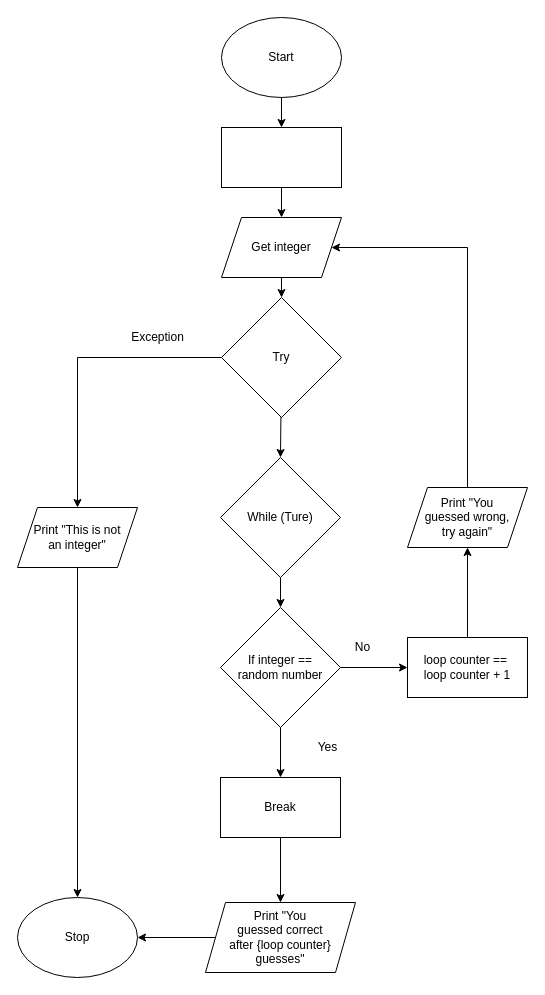
This is flowchart.drawio from Andrew-Ten-Den/ICS3U-Unit4-04-Python, a draw.io file, before an edit. Source tidied: cells renumbered, new cells numbered last; positions are measured from the earlier drawing's top-left corner, leaving out a move shared by most shapes. Both pictures are drawn from the tidied source at 100%, with x=0, y=0 at pixel (17, 17).
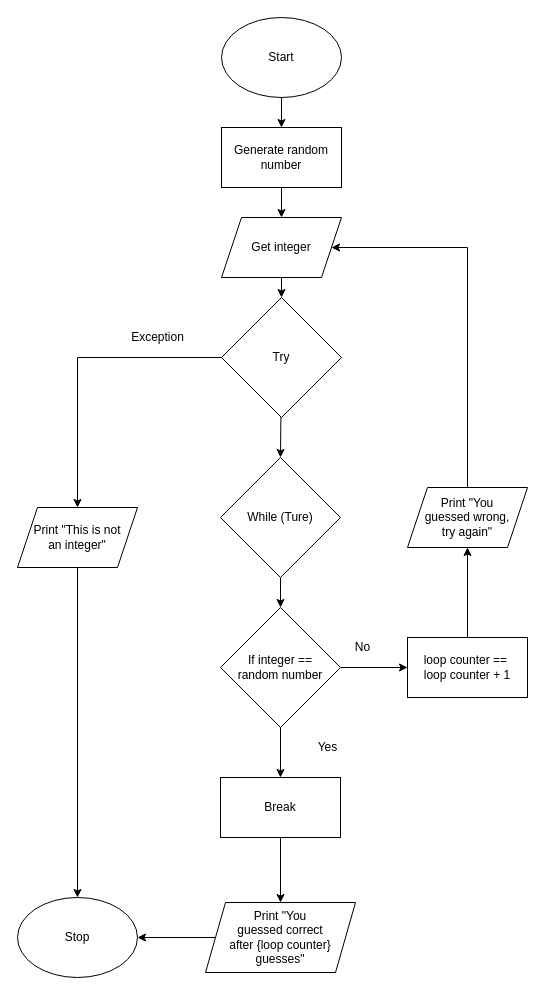
The same page after the edit.

Diff of the diagram source:
```diff
@@
-    <mxCell id="29" style="rounded=0;whiteSpace=wrap;html=1;" parent="1" vertex="1">
+    <mxCell id="29" value="Generate random&lt;br&gt;number" style="rounded=0;whiteSpace=wrap;html=1;" parent="1" vertex="1">
       <mxGeometry x="204" y="110" width="120" height="60" as="geometry" />
     </mxCell>
```
